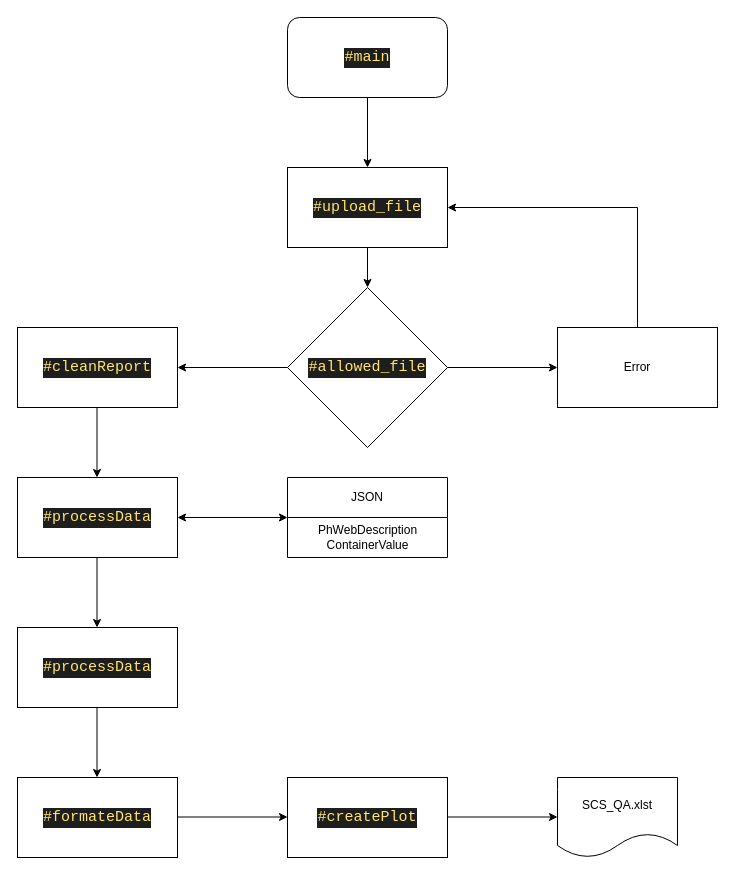
Before: Diagram.dio in jinjernot/matarael, a draw.io diagram. Source tidied: cells renumbered, new cells numbered last; positions are measured from the earlier drawing's top-left corner, leaving out a move shared by most shapes. Both pictures are drawn from the tidied source at 100%, with x=0, y=0 at pixel (17, 17).
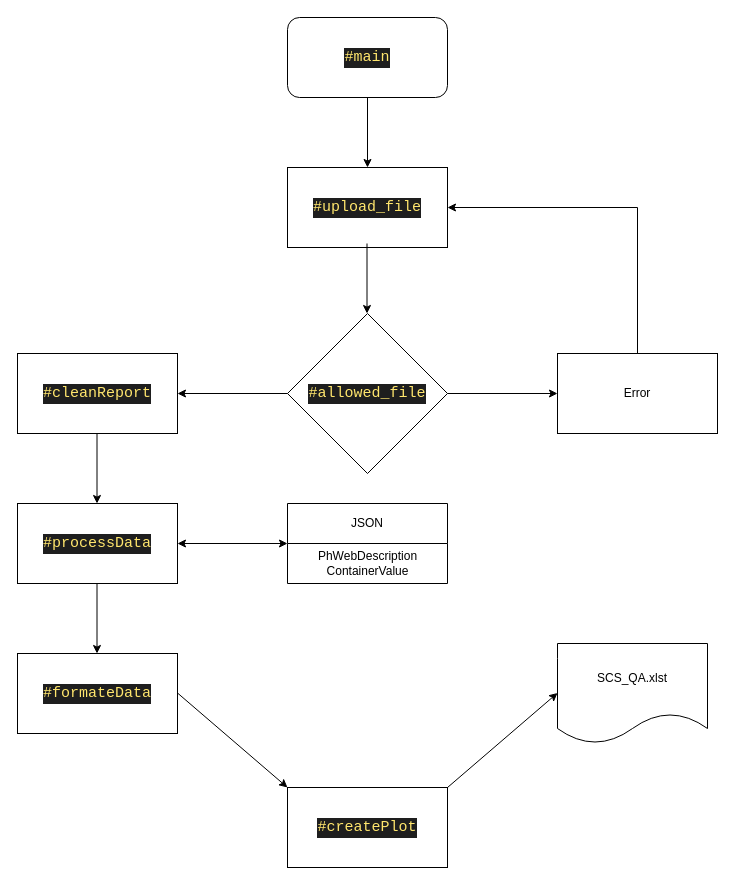
After the change.

Unchanged cells that the change refers to:
```xml
<mxCell id="4" value="&lt;div style=&quot;color: rgb(187, 187, 187); background-color: rgb(30, 30, 30); font-family: Consolas, &amp;quot;Courier New&amp;quot;, monospace; font-size: 15px; line-height: 20px;&quot;&gt;&lt;span style=&quot;color: #ffe66d;&quot;&gt;#upload_file&lt;/span&gt;&lt;/div&gt;" style="rounded=0;whiteSpace=wrap;html=1;strokeColor=default;fontFamily=Helvetica;fontSize=12;fontColor=default;fillColor=default;" parent="1" vertex="1">
  <mxGeometry x="270" y="150" width="160" height="80" as="geometry" />
</mxCell>
```

What changed in the source:
```diff
@@
     <mxCell id="5" value="&lt;div style=&quot;color: rgb(187, 187, 187); background-color: rgb(30, 30, 30); font-family: Consolas, &amp;quot;Courier New&amp;quot;, monospace; font-size: 15px; line-height: 20px;&quot;&gt;&lt;span style=&quot;color: #ffe66d;&quot;&gt;#allowed_file&lt;/span&gt;&lt;/div&gt;" style="rhombus;whiteSpace=wrap;html=1;strokeColor=default;fontFamily=Helvetica;fontSize=12;fontColor=default;fillColor=default;" parent="1" vertex="1">
-      <mxGeometry x="270" y="270" width="160" height="160" as="geometry" />
+      <mxGeometry x="270" y="296" width="160" height="160" as="geometry" />
     </mxCell>
     <mxCell id="6" style="endArrow=classic;html=1;fontFamily=Helvetica;fontSize=12;fontColor=default;exitX=1;exitY=0.5;exitDx=0;exitDy=0;" parent="1" edge="1" source="5">
       <mxGeometry relative="1" as="geometry">
-        <mxPoint x="540" y="350" as="targetPoint" />
+        <mxPoint x="540" y="376" as="targetPoint" />
       </mxGeometry>
     </mxCell>
-    <mxCell id="7" style="endArrow=classic;html=1;fontFamily=Helvetica;fontSize=12;fontColor=default;exitX=0.5;exitY=1;exitDx=0;exitDy=0;entryX=0.5;entryY=0;entryDx=0;entryDy=0;" parent="1" edge="1" source="4" target="5">
-      <mxGeometry relative="1" as="geometry" />
-    </mxCell>
     <mxCell id="8" style="endArrow=classic;html=1;fontFamily=Helvetica;fontSize=12;fontColor=default;exitX=0;exitY=0.5;exitDx=0;exitDy=0;" parent="1" edge="1" source="5">
       <mxGeometry relative="1" as="geometry">
-        <mxPoint x="160" y="350" as="targetPoint" />
+        <mxPoint x="160" y="376" as="targetPoint" />
       </mxGeometry>
     </mxCell>
     <mxCell id="9" value="&lt;div style=&quot;color: rgb(187, 187, 187); background-color: rgb(30, 30, 30); font-family: Consolas, &amp;quot;Courier New&amp;quot;, monospace; font-size: 15px; line-height: 20px;&quot;&gt;&lt;div style=&quot;line-height: 20px;&quot;&gt;&lt;span style=&quot;color: #ffe66d;&quot;&gt;#&lt;/span&gt;&lt;span style=&quot;color: rgb(255, 230, 109);&quot;&gt;cleanReport&lt;/span&gt;&lt;/div&gt;&lt;/div&gt;" style="rounded=0;whiteSpace=wrap;html=1;strokeColor=default;fontFamily=Helvetica;fontSize=12;fontColor=default;fillColor=default;" parent="1" vertex="1">
-      <mxGeometry y="310" width="160" height="80" as="geometry" />
+      <mxGeometry y="336" width="160" height="80" as="geometry" />
     </mxCell>
     <mxCell id="10" value="&lt;div style=&quot;background-color: rgb(30, 30, 30); font-family: Consolas, &amp;quot;Courier New&amp;quot;, monospace; font-size: 15px; line-height: 20px;&quot;&gt;&lt;div style=&quot;line-height: 20px;&quot;&gt;&lt;font color=&quot;#ffe66d&quot;&gt;#processData&lt;/font&gt;&lt;/div&gt;&lt;/div&gt;" style="rounded=0;whiteSpace=wrap;html=1;strokeColor=default;fontFamily=Helvetica;fontSize=12;fontColor=default;fillColor=default;" parent="1" vertex="1">
-      <mxGeometry y="460" width="160" height="80" as="geometry" />
+      <mxGeometry y="486" width="160" height="80" as="geometry" />
     </mxCell>
     <mxCell id="11" style="endArrow=classic;html=1;fontFamily=Helvetica;fontSize=12;fontColor=default;exitX=0.5;exitY=1;exitDx=0;exitDy=0;entryX=0.5;entryY=0;entryDx=0;entryDy=0;" parent="1" edge="1">
       <mxGeometry relative="1" as="geometry">
-        <mxPoint x="79.5" y="390" as="sourcePoint" />
-        <mxPoint x="79.5" y="460" as="targetPoint" />
+        <mxPoint x="79.5" y="416" as="sourcePoint" />
+        <mxPoint x="79.5" y="486" as="targetPoint" />
       </mxGeometry>
     </mxCell>
-    <mxCell id="12" value="&lt;div style=&quot;background-color: rgb(30, 30, 30); font-family: Consolas, &amp;quot;Courier New&amp;quot;, monospace; font-size: 15px; line-height: 20px;&quot;&gt;&lt;div style=&quot;line-height: 20px;&quot;&gt;&lt;font color=&quot;#ffe66d&quot;&gt;#processData&lt;/font&gt;&lt;/div&gt;&lt;/div&gt;" style="rounded=0;whiteSpace=wrap;html=1;strokeColor=default;fontFamily=Helvetica;fontSize=12;fontColor=default;fillColor=default;" parent="1" vertex="1">
-      <mxGeometry y="610" width="160" height="80" as="geometry" />
-    </mxCell>
     <mxCell id="13" style="endArrow=classic;html=1;fontFamily=Helvetica;fontSize=12;fontColor=default;exitX=0.5;exitY=1;exitDx=0;exitDy=0;entryX=0.5;entryY=0;entryDx=0;entryDy=0;" parent="1" edge="1">
       <mxGeometry relative="1" as="geometry">
-        <mxPoint x="79.5" y="540" as="sourcePoint" />
-        <mxPoint x="79.5" y="610" as="targetPoint" />
+        <mxPoint x="79.5" y="566" as="sourcePoint" />
+        <mxPoint x="79.5" y="636" as="targetPoint" />
       </mxGeometry>
     </mxCell>
     <mxCell id="14" value="JSON" style="swimlane;fontStyle=0;horizontal=1;startSize=40;whiteSpace=wrap;html=1;strokeColor=default;fontFamily=Helvetica;fontSize=12;fontColor=default;fillColor=default;" parent="1" vertex="1">
-      <mxGeometry x="270" y="460" width="160" height="80" as="geometry" />
+      <mxGeometry x="270" y="486" width="160" height="80" as="geometry" />
     </mxCell>
@@
     <mxCell id="17" value="&lt;div style=&quot;background-color: rgb(30, 30, 30); font-family: Consolas, &amp;quot;Courier New&amp;quot;, monospace; font-size: 15px; line-height: 20px;&quot;&gt;&lt;div style=&quot;line-height: 20px;&quot;&gt;&lt;font color=&quot;#ffe66d&quot;&gt;#formateData&lt;/font&gt;&lt;/div&gt;&lt;/div&gt;" style="rounded=0;whiteSpace=wrap;html=1;strokeColor=default;fontFamily=Helvetica;fontSize=12;fontColor=default;fillColor=default;" parent="1" vertex="1">
-      <mxGeometry y="760" width="160" height="80" as="geometry" />
+      <mxGeometry y="636" width="160" height="80" as="geometry" />
     </mxCell>
-    <mxCell id="18" style="endArrow=classic;html=1;fontFamily=Helvetica;fontSize=12;fontColor=default;exitX=0.5;exitY=1;exitDx=0;exitDy=0;entryX=0.5;entryY=0;entryDx=0;entryDy=0;" parent="1" edge="1">
-      <mxGeometry relative="1" as="geometry">
-        <mxPoint x="79.5" y="690" as="sourcePoint" />
-        <mxPoint x="79.5" y="760" as="targetPoint" />
-      </mxGeometry>
-    </mxCell>
-    <mxCell id="19" style="endArrow=classic;html=1;fontFamily=Helvetica;fontSize=12;fontColor=default;exitX=1;exitY=0.5;exitDx=0;exitDy=0;" parent="1" edge="1">
+    <mxCell id="19" style="endArrow=classic;html=1;fontFamily=Helvetica;fontSize=12;fontColor=default;exitX=1;exitY=0.5;exitDx=0;exitDy=0;entryX=0;entryY=0;entryDx=0;entryDy=0;" parent="1" edge="1" target="20">
       <mxGeometry relative="1" as="geometry">
-        <mxPoint x="160" y="799.5" as="sourcePoint" />
-        <mxPoint x="270" y="799.5" as="targetPoint" />
+        <mxPoint x="160" y="675.5" as="sourcePoint" />
       </mxGeometry>
     </mxCell>
     <mxCell id="20" value="&lt;div style=&quot;background-color: rgb(30, 30, 30); font-family: Consolas, &amp;quot;Courier New&amp;quot;, monospace; font-size: 15px; line-height: 20px;&quot;&gt;&lt;div style=&quot;line-height: 20px;&quot;&gt;&lt;font color=&quot;#ffe66d&quot;&gt;#createPlot&lt;/font&gt;&lt;/div&gt;&lt;/div&gt;" style="rounded=0;whiteSpace=wrap;html=1;strokeColor=default;fontFamily=Helvetica;fontSize=12;fontColor=default;fillColor=default;" parent="1" vertex="1">
-      <mxGeometry x="270" y="760" width="160" height="80" as="geometry" />
+      <mxGeometry x="270" y="770" width="160" height="80" as="geometry" />
     </mxCell>
-    <mxCell id="21" style="endArrow=classic;html=1;fontFamily=Helvetica;fontSize=12;fontColor=default;exitX=1;exitY=0.5;exitDx=0;exitDy=0;" parent="1" edge="1">
+    <mxCell id="21" style="endArrow=classic;html=1;fontFamily=Helvetica;fontSize=12;fontColor=default;exitX=1;exitY=0;exitDx=0;exitDy=0;" parent="1" edge="1" source="20">
       <mxGeometry relative="1" as="geometry">
-        <mxPoint x="430" y="799.5" as="sourcePoint" />
-        <mxPoint x="540" y="799.5" as="targetPoint" />
+        <mxPoint x="540" y="675.5" as="targetPoint" />
       </mxGeometry>
     </mxCell>
     <mxCell id="22" value="Error" style="rounded=0;whiteSpace=wrap;html=1;strokeColor=default;fontFamily=Helvetica;fontSize=12;fontColor=default;fillColor=default;" parent="1" vertex="1">
-      <mxGeometry x="540" y="310" width="160" height="80" as="geometry" />
+      <mxGeometry x="540" y="336" width="160" height="80" as="geometry" />
     </mxCell>
@@
     <mxCell id="25" value="SCS_QA.xlst" style="shape=document;whiteSpace=wrap;html=1;boundedLbl=1;strokeColor=default;fontFamily=Helvetica;fontSize=12;fontColor=default;fillColor=default;" parent="1" vertex="1">
-      <mxGeometry x="540" y="760" width="120" height="80" as="geometry" />
+      <mxGeometry x="540" y="626" width="150" height="100" as="geometry" />
     </mxCell>
+    <mxCell id="26" style="endArrow=classic;html=1;fontFamily=Helvetica;fontSize=12;fontColor=default;exitX=0.5;exitY=1;exitDx=0;exitDy=0;entryX=0.5;entryY=0;entryDx=0;entryDy=0;" parent="1" edge="1">
+      <mxGeometry relative="1" as="geometry">
+        <mxPoint x="349.5" y="226" as="sourcePoint" />
+        <mxPoint x="349.5" y="296" as="targetPoint" />
+      </mxGeometry>
+    </mxCell>
```
